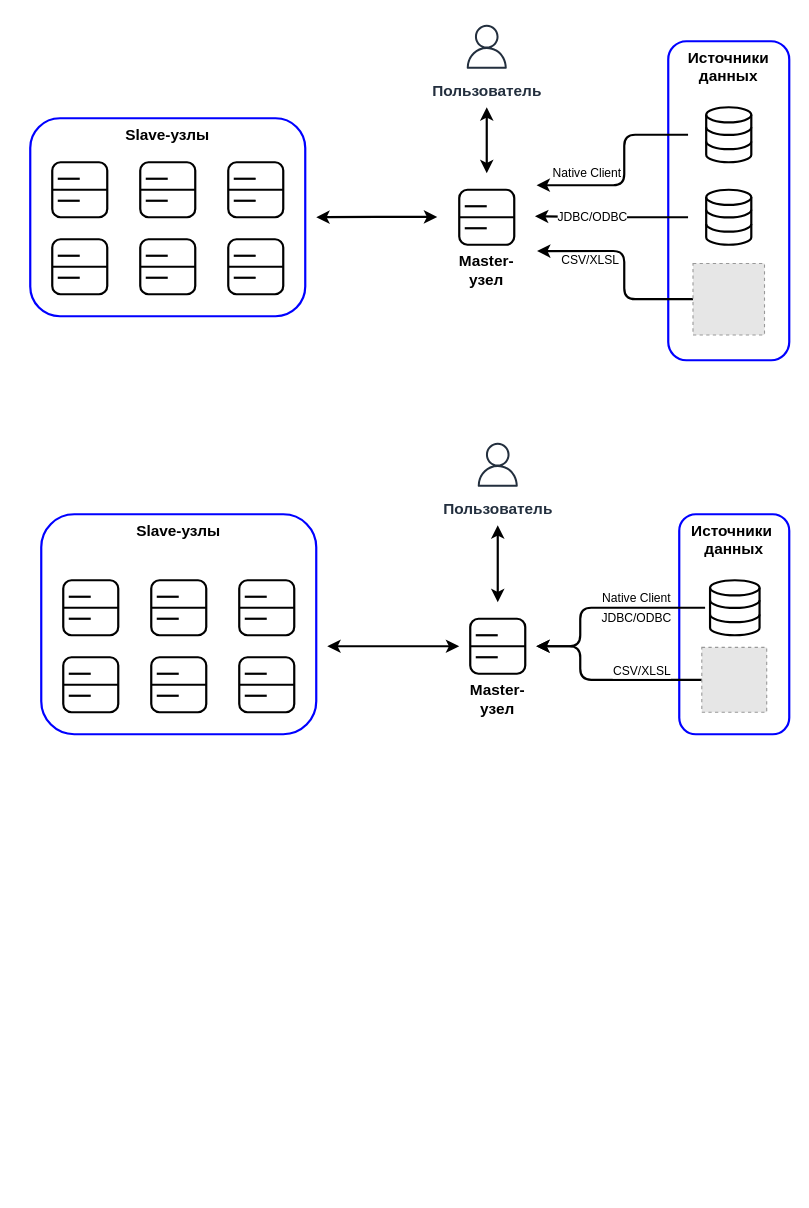
This is page "PA-cluster_2_v1" (5 of 10) of YDB-PD_v3.drawio from FYamaev/draw.io, a draw.io file, before an edit. Source tidied: cells renumbered, new cells numbered last; positions are measured from the earlier drawing's top-left corner, leaving out a move shared by most shapes. Both pictures are drawn from the tidied source at 110%, with x=0, y=0 at pixel (19, 19). Pictures stored in the file or linked from it are replaced by grey dashed boxes.
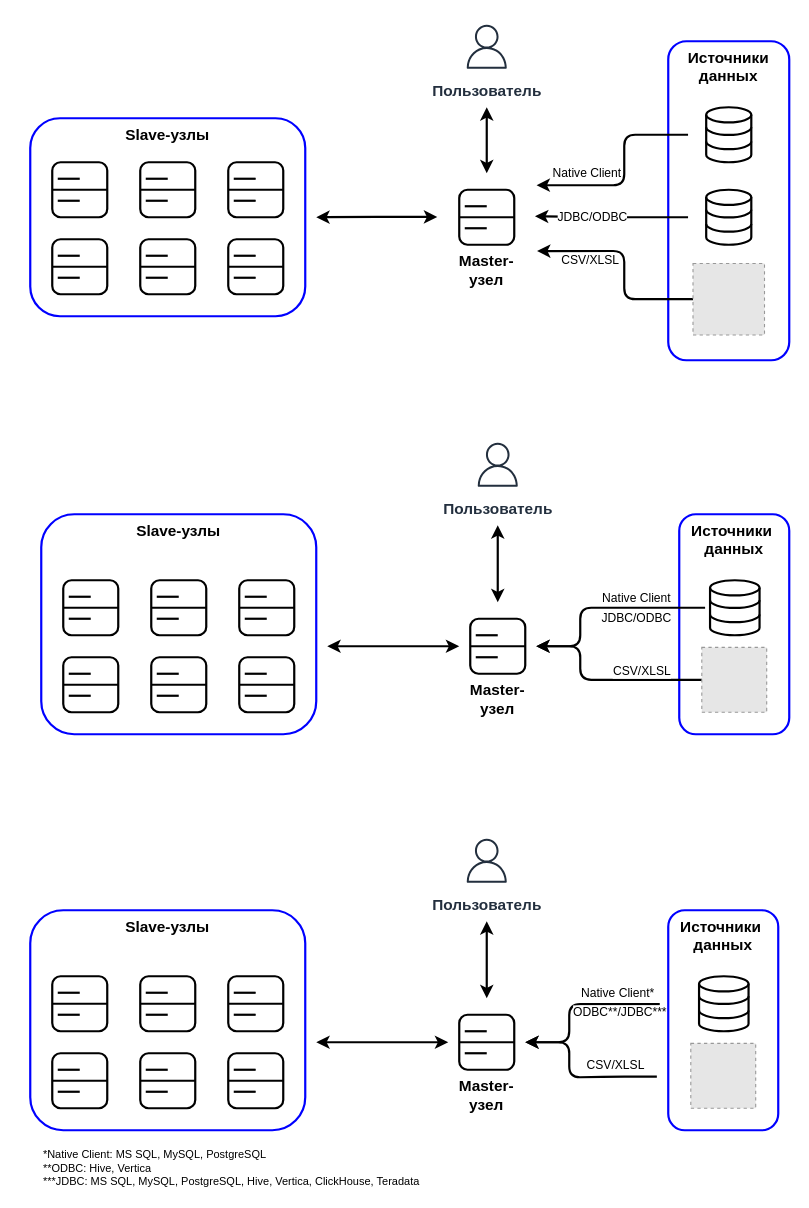
After the change.

What changed in the source:
```diff
@@
+    <mxCell id="107" style="rounded=0;whiteSpace=wrap;html=1;strokeColor=none;opacity=0;" parent="1" vertex="1">
+      <mxGeometry x="390" y="890" width="70" height="80" as="geometry" />
+    </mxCell>
+    <mxCell id="108" value="Источники&amp;nbsp;&lt;div&gt;данных&lt;/div&gt;" style="rounded=1;whiteSpace=wrap;html=1;strokeWidth=2;strokeColor=#0000FF;verticalAlign=top;fontSize=14;fontStyle=1;" parent="1" vertex="1">
+      <mxGeometry x="590" y="810" width="100" height="200" as="geometry" />
+    </mxCell>
+    <mxCell id="109" style="rounded=0;whiteSpace=wrap;html=1;strokeColor=none;opacity=0;" parent="1" vertex="1">
+      <mxGeometry y="810" width="270" height="240" as="geometry" />
+    </mxCell>
+    <mxCell id="110" style="edgeStyle=orthogonalEdgeStyle;rounded=0;jettySize=auto;html=1;exitX=0;exitY=0.5;exitDx=0;exitDy=0;entryX=1;entryY=0.5;entryDx=0;entryDy=0;startArrow=classic;startFill=1;strokeWidth=2;" parent="1" edge="1" source="107" target="109">
+      <mxGeometry relative="1" as="geometry" />
+    </mxCell>
+    <mxCell id="111" value="Slave-узлы" style="rounded=1;whiteSpace=wrap;html=1;strokeWidth=2;strokeColor=#0000FF;verticalAlign=top;fontSize=14;fontStyle=1;" parent="1" vertex="1">
+      <mxGeometry x="10" y="810" width="250" height="200" as="geometry" />
+    </mxCell>
+    <mxCell id="112" style="group;" parent="1" vertex="1">
+      <mxGeometry x="30" y="870" width="50" height="50" as="geometry" />
+    </mxCell>
+    <mxCell id="113" style="rounded=1;whiteSpace=wrap;html=1;strokeWidth=2;" parent="112" vertex="1">
+      <mxGeometry width="50" height="50" as="geometry" />
+    </mxCell>
+    <mxCell id="114" style="endArrow=none;html=1;rounded=0;exitX=0;exitY=0.5;exitDx=0;exitDy=0;entryX=1;entryY=0.5;entryDx=0;entryDy=0;strokeWidth=2;" parent="112" edge="1" source="113" target="113">
+      <mxGeometry relative="1" as="geometry" />
+    </mxCell>
+    <mxCell id="115" style="endArrow=none;html=1;rounded=0;strokeWidth=2;" parent="112" edge="1">
+      <mxGeometry relative="1" as="geometry">
+        <mxPoint x="5" y="15" as="sourcePoint" />
+        <mxPoint x="25" y="15" as="targetPoint" />
+      </mxGeometry>
+    </mxCell>
+    <mxCell id="116" style="endArrow=none;html=1;rounded=0;strokeWidth=2;" parent="112" edge="1">
+      <mxGeometry relative="1" as="geometry">
+        <mxPoint x="5" y="35" as="sourcePoint" />
+        <mxPoint x="25" y="35" as="targetPoint" />
+      </mxGeometry>
+    </mxCell>
+    <mxCell id="117" style="group;" parent="1" vertex="1">
+      <mxGeometry x="110" y="870" width="50" height="50" as="geometry" />
+    </mxCell>
+    <mxCell id="118" style="rounded=1;whiteSpace=wrap;html=1;strokeWidth=2;" parent="117" vertex="1">
+      <mxGeometry width="50" height="50" as="geometry" />
+    </mxCell>
+    <mxCell id="119" style="endArrow=none;html=1;rounded=0;exitX=0;exitY=0.5;exitDx=0;exitDy=0;entryX=1;entryY=0.5;entryDx=0;entryDy=0;strokeWidth=2;" parent="117" edge="1" source="118" target="118">
+      <mxGeometry relative="1" as="geometry" />
+    </mxCell>
+    <mxCell id="120" style="endArrow=none;html=1;rounded=0;strokeWidth=2;" parent="117" edge="1">
+      <mxGeometry relative="1" as="geometry">
+        <mxPoint x="5" y="15" as="sourcePoint" />
+        <mxPoint x="25" y="15" as="targetPoint" />
+      </mxGeometry>
+    </mxCell>
+    <mxCell id="121" style="endArrow=none;html=1;rounded=0;strokeWidth=2;" parent="117" edge="1">
+      <mxGeometry relative="1" as="geometry">
+        <mxPoint x="5" y="35" as="sourcePoint" />
+        <mxPoint x="25" y="35" as="targetPoint" />
+      </mxGeometry>
+    </mxCell>
+    <mxCell id="122" style="group;" parent="1" vertex="1">
+      <mxGeometry x="190" y="870" width="50" height="50" as="geometry" />
+    </mxCell>
+    <mxCell id="123" style="rounded=1;whiteSpace=wrap;html=1;strokeWidth=2;" parent="122" vertex="1">
+      <mxGeometry width="50" height="50" as="geometry" />
+    </mxCell>
+    <mxCell id="124" style="endArrow=none;html=1;rounded=0;exitX=0;exitY=0.5;exitDx=0;exitDy=0;entryX=1;entryY=0.5;entryDx=0;entryDy=0;strokeWidth=2;" parent="122" edge="1" source="123" target="123">
+      <mxGeometry relative="1" as="geometry" />
+    </mxCell>
+    <mxCell id="125" style="endArrow=none;html=1;rounded=0;strokeWidth=2;" parent="122" edge="1">
+      <mxGeometry relative="1" as="geometry">
+        <mxPoint x="5" y="15" as="sourcePoint" />
+        <mxPoint x="25" y="15" as="targetPoint" />
+      </mxGeometry>
+    </mxCell>
+    <mxCell id="126" style="endArrow=none;html=1;rounded=0;strokeWidth=2;" parent="122" edge="1">
+      <mxGeometry relative="1" as="geometry">
+        <mxPoint x="5" y="35" as="sourcePoint" />
+        <mxPoint x="25" y="35" as="targetPoint" />
+      </mxGeometry>
+    </mxCell>
+    <mxCell id="127" style="group;" parent="1" vertex="1">
+      <mxGeometry x="30" y="940" width="50" height="50" as="geometry" />
+    </mxCell>
+    <mxCell id="128" style="rounded=1;whiteSpace=wrap;html=1;strokeWidth=2;" parent="127" vertex="1">
+      <mxGeometry width="50" height="50" as="geometry" />
+    </mxCell>
+    <mxCell id="129" style="endArrow=none;html=1;rounded=0;exitX=0;exitY=0.5;exitDx=0;exitDy=0;entryX=1;entryY=0.5;entryDx=0;entryDy=0;strokeWidth=2;" parent="127" edge="1" source="128" target="128">
+      <mxGeometry relative="1" as="geometry" />
+    </mxCell>
+    <mxCell id="130" style="endArrow=none;html=1;rounded=0;strokeWidth=2;" parent="127" edge="1">
+      <mxGeometry relative="1" as="geometry">
+        <mxPoint x="5" y="15" as="sourcePoint" />
+        <mxPoint x="25" y="15" as="targetPoint" />
+      </mxGeometry>
+    </mxCell>
+    <mxCell id="131" style="endArrow=none;html=1;rounded=0;strokeWidth=2;" parent="127" edge="1">
+      <mxGeometry relative="1" as="geometry">
+        <mxPoint x="5" y="35" as="sourcePoint" />
+        <mxPoint x="25" y="35" as="targetPoint" />
+      </mxGeometry>
+    </mxCell>
+    <mxCell id="132" style="group;" parent="1" vertex="1">
+      <mxGeometry x="110" y="940" width="50" height="50" as="geometry" />
+    </mxCell>
+    <mxCell id="133" style="rounded=1;whiteSpace=wrap;html=1;strokeWidth=2;" parent="132" vertex="1">
+      <mxGeometry width="50" height="50" as="geometry" />
+    </mxCell>
+    <mxCell id="134" style="endArrow=none;html=1;rounded=0;exitX=0;exitY=0.5;exitDx=0;exitDy=0;entryX=1;entryY=0.5;entryDx=0;entryDy=0;strokeWidth=2;" parent="132" edge="1" source="133" target="133">
+      <mxGeometry relative="1" as="geometry" />
+    </mxCell>
+    <mxCell id="135" style="endArrow=none;html=1;rounded=0;strokeWidth=2;" parent="132" edge="1">
+      <mxGeometry relative="1" as="geometry">
+        <mxPoint x="5" y="15" as="sourcePoint" />
+        <mxPoint x="25" y="15" as="targetPoint" />
+      </mxGeometry>
+    </mxCell>
+    <mxCell id="136" style="endArrow=none;html=1;rounded=0;strokeWidth=2;" parent="132" edge="1">
+      <mxGeometry relative="1" as="geometry">
+        <mxPoint x="5" y="35" as="sourcePoint" />
+        <mxPoint x="25" y="35" as="targetPoint" />
+      </mxGeometry>
+    </mxCell>
+    <mxCell id="137" style="group;" parent="1" vertex="1">
+      <mxGeometry x="190" y="940" width="50" height="50" as="geometry" />
+    </mxCell>
+    <mxCell id="138" style="group;" parent="137" vertex="1">
+      <mxGeometry width="50" height="50" as="geometry" />
+    </mxCell>
+    <mxCell id="139" style="rounded=1;whiteSpace=wrap;html=1;strokeWidth=2;" parent="138" vertex="1">
+      <mxGeometry width="50" height="50" as="geometry" />
+    </mxCell>
+    <mxCell id="140" style="endArrow=none;html=1;rounded=0;exitX=0;exitY=0.5;exitDx=0;exitDy=0;entryX=1;entryY=0.5;entryDx=0;entryDy=0;strokeWidth=2;" parent="138" edge="1" source="139" target="139">
+      <mxGeometry relative="1" as="geometry" />
+    </mxCell>
+    <mxCell id="141" style="endArrow=none;html=1;rounded=0;strokeWidth=2;" parent="138" edge="1">
+      <mxGeometry relative="1" as="geometry">
+        <mxPoint x="5" y="15" as="sourcePoint" />
+        <mxPoint x="25" y="15" as="targetPoint" />
+      </mxGeometry>
+    </mxCell>
+    <mxCell id="142" style="endArrow=none;html=1;rounded=0;strokeWidth=2;" parent="138" edge="1">
+      <mxGeometry relative="1" as="geometry">
+        <mxPoint x="5" y="35" as="sourcePoint" />
+        <mxPoint x="25" y="35" as="targetPoint" />
+      </mxGeometry>
+    </mxCell>
+    <mxCell id="143" value="Пользователь" style="sketch=0;fontColor=#232F3E;gradientColor=none;strokeColor=#232F3E;fillColor=#ffffff;dashed=0;verticalLabelPosition=bottom;verticalAlign=top;align=center;html=1;fontSize=14;fontStyle=1;shape=mxgraph.aws4.resourceIcon;resIcon=mxgraph.aws4.user;" parent="1" vertex="1">
+      <mxGeometry x="400" y="740" width="50" height="50" as="geometry" />
+    </mxCell>
+    <mxCell id="144" style="endArrow=classic;startArrow=classic;html=1;rounded=0;strokeWidth=2;exitX=0.5;exitY=0;exitDx=0;exitDy=0;" parent="1" edge="1" source="107">
+      <mxGeometry relative="1" as="geometry">
+        <mxPoint x="425" y="820" as="targetPoint" />
+      </mxGeometry>
+    </mxCell>
+    <mxCell id="145" style="rounded=1;jettySize=auto;html=1;strokeWidth=2;spacing=0;exitX=0.019;exitY=0.397;exitDx=0;exitDy=0;jumpSize=6;edgeStyle=orthogonalEdgeStyle;entryX=1;entryY=0.5;entryDx=0;entryDy=0;exitPerimeter=0;" parent="1" edge="1" source="157" target="107">
+      <mxGeometry relative="1" as="geometry">
+        <Array as="points">
+          <mxPoint x="500" y="895" />
+          <mxPoint x="500" y="930" />
+        </Array>
+      </mxGeometry>
+    </mxCell>
+    <mxCell id="146" value="ODBC**/JDBC***" style="edgeLabel;html=1;align=center;verticalAlign=top;" parent="145" vertex="1">
+      <mxGeometry x="0.43" relative="1" as="geometry">
+        <mxPoint x="45" y="-35" as="offset" />
+      </mxGeometry>
+    </mxCell>
+    <mxCell id="147" value="Native Client*" style="edgeLabel;html=1;align=center;verticalAlign=bottom;rotation=0;" parent="145" vertex="1">
+      <mxGeometry x="0.43" relative="1" as="geometry">
+        <mxPoint x="43" y="-32" as="offset" />
+      </mxGeometry>
+    </mxCell>
+    <mxCell id="148" style="html=1;verticalLabelPosition=bottom;align=center;labelBackgroundColor=#ffffff;verticalAlign=top;strokeWidth=2;strokeColor=#000000;shadow=0;dashed=0;shape=mxgraph.ios7.icons.data;" parent="1" vertex="1">
+      <mxGeometry x="618" y="870" width="45" height="50" as="geometry" />
+    </mxCell>
+    <mxCell id="149" style="rounded=1;jettySize=auto;html=1;strokeWidth=2;entryX=1;entryY=0.5;entryDx=0;entryDy=0;edgeStyle=orthogonalEdgeStyle;exitX=-0.003;exitY=0.672;exitDx=0;exitDy=0;exitPerimeter=0;" parent="1" edge="1" source="157" target="107">
+      <mxGeometry relative="1" as="geometry">
+        <Array as="points">
+          <mxPoint x="540" y="961" />
+          <mxPoint x="500" y="962" />
+          <mxPoint x="500" y="930" />
+        </Array>
+      </mxGeometry>
+    </mxCell>
+    <mxCell id="150" value="CSV/XLSL" style="edgeLabel;html=1;align=center;verticalAlign=bottom;" parent="149" vertex="1">
+      <mxGeometry x="0.6" relative="1" as="geometry">
+        <mxPoint x="51" y="29" as="offset" />
+      </mxGeometry>
+    </mxCell>
+    <mxCell id="151" style="fillColor=#E6E6E6;strokeColor=#999999;dashed=1;html=1;verticalAlign=top;verticalLabelPosition=bottom;labelBackgroundColor=#ffffff;" parent="1" vertex="1">
+      <mxGeometry x="610.5" y="931" width="59" height="59" as="geometry" />
+    </mxCell>
+    <mxCell id="152" style="group;" parent="1" vertex="1">
+      <mxGeometry x="400" y="905" width="50" height="50" as="geometry" />
+    </mxCell>
+    <mxCell id="153" value="Master-узел" style="rounded=1;whiteSpace=wrap;html=1;strokeWidth=2;labelPosition=center;verticalLabelPosition=bottom;align=center;verticalAlign=top;fontSize=14;fontStyle=1;" parent="152" vertex="1">
+      <mxGeometry width="50" height="50" as="geometry" />
+    </mxCell>
+    <mxCell id="154" style="endArrow=none;html=1;rounded=0;exitX=0;exitY=0.5;exitDx=0;exitDy=0;entryX=1;entryY=0.5;entryDx=0;entryDy=0;strokeWidth=2;elbow=vertical;" parent="152" edge="1" source="153" target="153">
+      <mxGeometry relative="1" as="geometry" />
+    </mxCell>
+    <mxCell id="155" style="endArrow=none;html=1;rounded=0;strokeWidth=2;" parent="152" edge="1">
+      <mxGeometry relative="1" as="geometry">
+        <mxPoint x="5" y="15" as="sourcePoint" />
+        <mxPoint x="25" y="15" as="targetPoint" />
+      </mxGeometry>
+    </mxCell>
+    <mxCell id="156" style="endArrow=none;html=1;rounded=0;strokeWidth=2;" parent="152" edge="1">
+      <mxGeometry relative="1" as="geometry">
+        <mxPoint x="5" y="35" as="sourcePoint" />
+        <mxPoint x="25" y="35" as="targetPoint" />
+      </mxGeometry>
+    </mxCell>
+    <mxCell id="157" style="rounded=0;whiteSpace=wrap;html=1;strokeColor=none;opacity=0;" parent="1" vertex="1">
+      <mxGeometry x="580" y="800" width="120" height="240" as="geometry" />
+    </mxCell>
+    <mxCell id="158" value="*Native Client:&amp;nbsp;&lt;span style=&quot;background-color: transparent; color: light-dark(rgb(0, 0, 0), rgb(255, 255, 255));&quot;&gt;MS SQL,&amp;nbsp;&lt;/span&gt;&lt;span style=&quot;background-color: transparent; color: light-dark(rgb(0, 0, 0), rgb(255, 255, 255));&quot;&gt;MySQL,&amp;nbsp;&lt;/span&gt;&lt;span style=&quot;background-color: transparent; color: light-dark(rgb(0, 0, 0), rgb(255, 255, 255));&quot;&gt;PostgreSQL&lt;/span&gt;&lt;div&gt;&lt;span style=&quot;background-color: transparent; color: light-dark(rgb(0, 0, 0), rgb(255, 255, 255));&quot;&gt;**ODBC: Hive, Vertica&lt;/span&gt;&lt;/div&gt;&lt;div&gt;&lt;span style=&quot;color: light-dark(rgb(0, 0, 0), rgb(255, 255, 255)); background-color: transparent;&quot;&gt;***JDBC:&amp;nbsp;&lt;/span&gt;&lt;span style=&quot;color: light-dark(rgb(0, 0, 0), rgb(255, 255, 255)); background-color: transparent;&quot;&gt;MS SQL,&amp;nbsp;&lt;/span&gt;&lt;span style=&quot;color: light-dark(rgb(0, 0, 0), rgb(255, 255, 255)); background-color: transparent;&quot;&gt;MySQL,&amp;nbsp;&lt;/span&gt;&lt;span style=&quot;color: light-dark(rgb(0, 0, 0), rgb(255, 255, 255)); background-color: transparent;&quot;&gt;PostgreSQL, Hive, Vertica, ClickHouse, Teradata&lt;/span&gt;&lt;span style=&quot;background-color: transparent; color: light-dark(rgb(0, 0, 0), rgb(255, 255, 255));&quot;&gt;&lt;/span&gt;&lt;/div&gt;" style="text;html=1;align=left;verticalAlign=top;whiteSpace=wrap;rounded=0;fontSize=10;" parent="1" vertex="1">
+      <mxGeometry x="20" y="1020" width="660" height="30" as="geometry" />
+    </mxCell>
```
